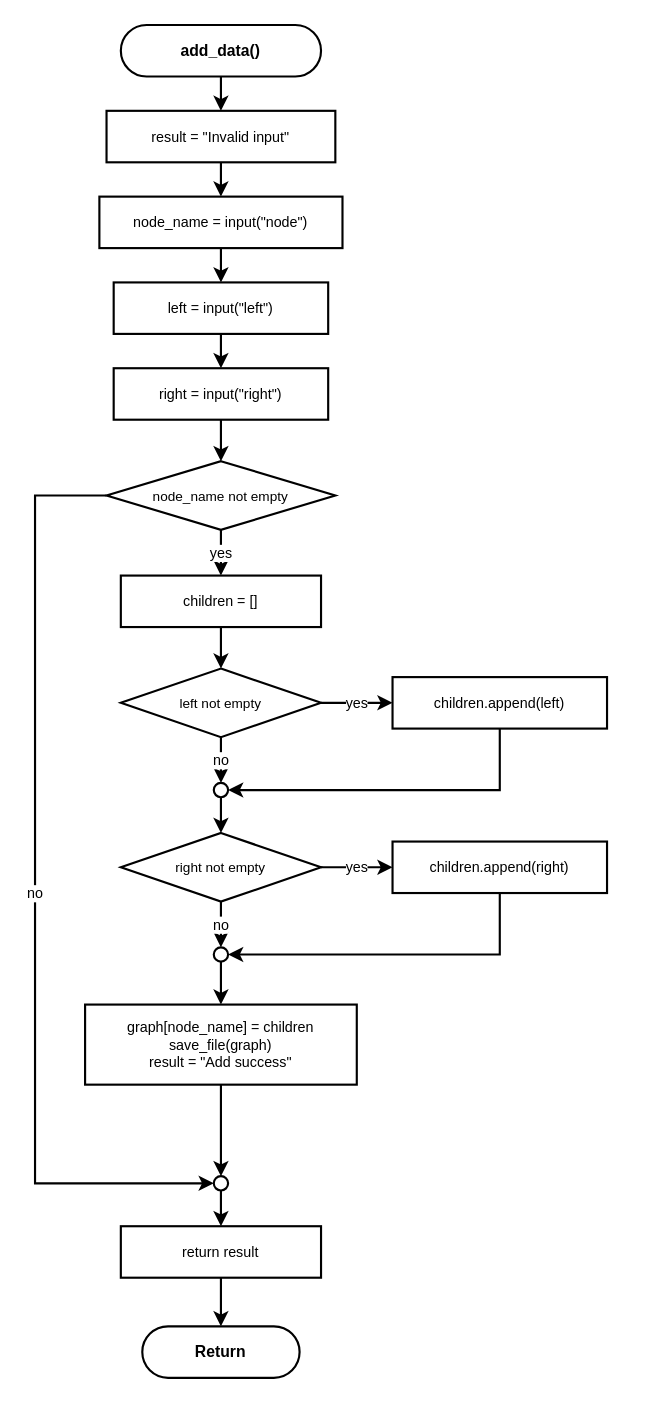
This is program001/flowchart/05_add_data.drawio from kittiphong064008-cyber/AI-Coding, a draw.io file, before an edit. Source tidied: cells renumbered, new cells numbered last; positions are measured from the earlier drawing's top-left corner, leaving out a move shared by most shapes. Both pictures are drawn from the tidied source at 143%, with x=0, y=0 at pixel (34, 24).
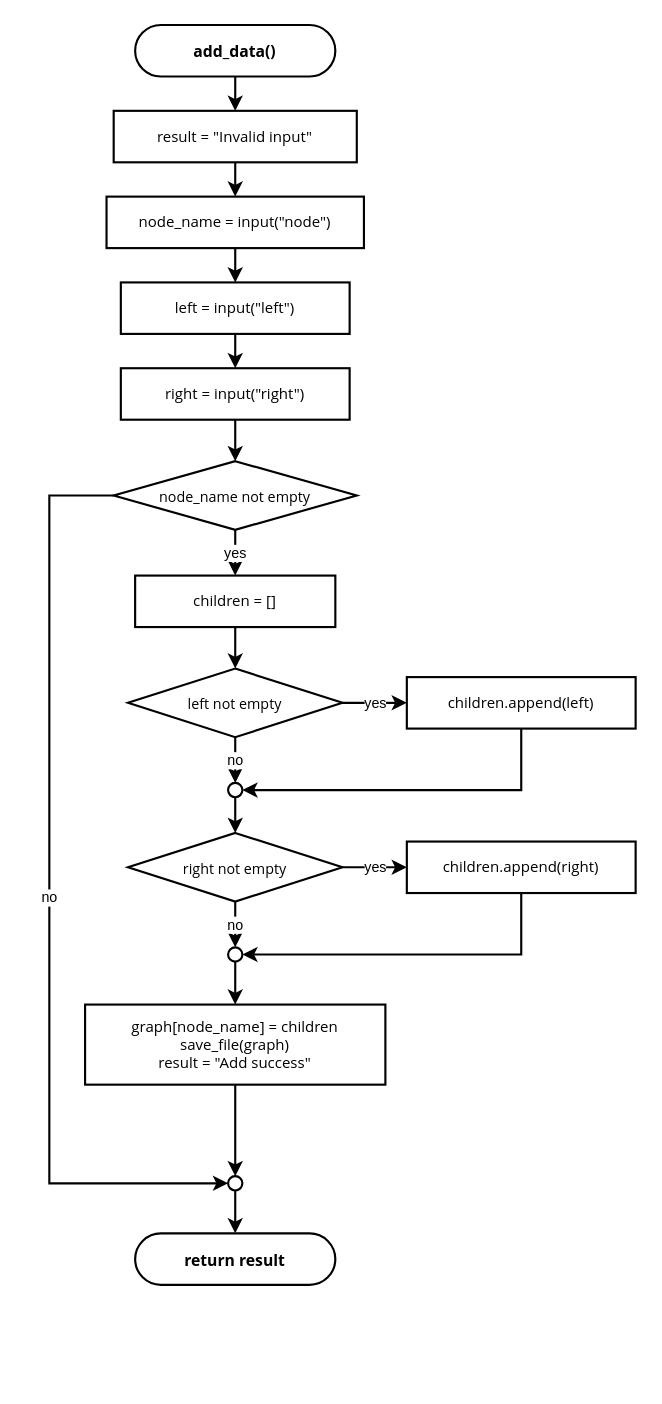
The same diagram, later.

Diff of the diagram source:
```diff
@@
-    <mxCell id="2" value="add_data()" style="rounded=1;whiteSpace=wrap;html=1;arcSize=50;fillColor=#ffffff;strokeColor=#000000;strokeWidth=1.5;fontSize=11;fontFamily=Helvetica;fontStyle=1;" parent="1" vertex="1">
-      <mxGeometry x="60" width="140" height="36" as="geometry" />
+    <mxCell id="2" value="add_data()" style="rounded=1;whiteSpace=wrap;html=1;arcSize=50;fillColor=#ffffff;strokeColor=#000000;strokeWidth=1.5;fontSize=11;fontFamily=Segoe UI;fontStyle=1;" parent="1" vertex="1">
+      <mxGeometry x="70" width="140" height="36" as="geometry" />
     </mxCell>
-    <mxCell id="3" value="result = &quot;Invalid input&quot;" style="rounded=0;whiteSpace=wrap;html=1;fillColor=#ffffff;strokeColor=#000000;strokeWidth=1.5;fontSize=10;fontFamily=Helvetica;" parent="1" vertex="1">
-      <mxGeometry x="50" y="60" width="160" height="36" as="geometry" />
+    <mxCell id="3" value="result = &quot;Invalid input&quot;" style="rounded=0;whiteSpace=wrap;html=1;fillColor=#ffffff;strokeColor=#000000;strokeWidth=1.5;fontSize=10.5;fontFamily=Segoe UI;" parent="1" vertex="1">
+      <mxGeometry x="55" y="60" width="170" height="36" as="geometry" />
     </mxCell>
-    <mxCell id="4" value="node_name = input(&quot;node&quot;)" style="rounded=0;whiteSpace=wrap;html=1;fillColor=#ffffff;strokeColor=#000000;strokeWidth=1.5;fontSize=10;fontFamily=Helvetica;" parent="1" vertex="1">
-      <mxGeometry x="45" y="120" width="170" height="36" as="geometry" />
+    <mxCell id="4" value="node_name = input(&quot;node&quot;)" style="rounded=0;whiteSpace=wrap;html=1;fillColor=#ffffff;strokeColor=#000000;strokeWidth=1.5;fontSize=10.5;fontFamily=Segoe UI;" parent="1" vertex="1">
+      <mxGeometry x="50" y="120" width="180" height="36" as="geometry" />
     </mxCell>
-    <mxCell id="5" value="left = input(&quot;left&quot;)" style="rounded=0;whiteSpace=wrap;html=1;fillColor=#ffffff;strokeColor=#000000;strokeWidth=1.5;fontSize=10;fontFamily=Helvetica;" parent="1" vertex="1">
-      <mxGeometry x="55" y="180" width="150" height="36" as="geometry" />
+    <mxCell id="5" value="left = input(&quot;left&quot;)" style="rounded=0;whiteSpace=wrap;html=1;fillColor=#ffffff;strokeColor=#000000;strokeWidth=1.5;fontSize=10.5;fontFamily=Segoe UI;" parent="1" vertex="1">
+      <mxGeometry x="60" y="180" width="160" height="36" as="geometry" />
     </mxCell>
-    <mxCell id="6" value="right = input(&quot;right&quot;)" style="rounded=0;whiteSpace=wrap;html=1;fillColor=#ffffff;strokeColor=#000000;strokeWidth=1.5;fontSize=10;fontFamily=Helvetica;" parent="1" vertex="1">
-      <mxGeometry x="55" y="240" width="150" height="36" as="geometry" />
+    <mxCell id="6" value="right = input(&quot;right&quot;)" style="rounded=0;whiteSpace=wrap;html=1;fillColor=#ffffff;strokeColor=#000000;strokeWidth=1.5;fontSize=10.5;fontFamily=Segoe UI;" parent="1" vertex="1">
+      <mxGeometry x="60" y="240" width="160" height="36" as="geometry" />
     </mxCell>
-    <mxCell id="7" value="node_name not empty" style="rhombus;whiteSpace=wrap;html=1;fillColor=#ffffff;strokeColor=#000000;strokeWidth=1.5;fontSize=9.5;fontFamily=Helvetica;" parent="1" vertex="1">
-      <mxGeometry x="50" y="305" width="160" height="48" as="geometry" />
+    <mxCell id="7" value="node_name not empty" style="rhombus;whiteSpace=wrap;html=1;fillColor=#ffffff;strokeColor=#000000;strokeWidth=1.5;fontSize=10;fontFamily=Segoe UI;" parent="1" vertex="1">
+      <mxGeometry x="55" y="305" width="170" height="48" as="geometry" />
     </mxCell>
     <mxCell id="8" style="ellipse;whiteSpace=wrap;html=1;fillColor=#ffffff;strokeColor=#000000;strokeWidth=1.5;" parent="1" vertex="1">
-      <mxGeometry x="125" y="805" width="10" height="10" as="geometry" />
+      <mxGeometry x="135" y="805" width="10" height="10" as="geometry" />
     </mxCell>
-    <mxCell id="9" value="children = []" style="rounded=0;whiteSpace=wrap;html=1;fillColor=#ffffff;strokeColor=#000000;strokeWidth=1.5;fontSize=10;fontFamily=Helvetica;" parent="1" vertex="1">
-      <mxGeometry x="60" y="385" width="140" height="36" as="geometry" />
+    <mxCell id="9" value="children = []" style="rounded=0;whiteSpace=wrap;html=1;fillColor=#ffffff;strokeColor=#000000;strokeWidth=1.5;fontSize=10.5;fontFamily=Segoe UI;" parent="1" vertex="1">
+      <mxGeometry x="70" y="385" width="140" height="36" as="geometry" />
     </mxCell>
-    <mxCell id="10" value="left not empty" style="rhombus;whiteSpace=wrap;html=1;fillColor=#ffffff;strokeColor=#000000;strokeWidth=1.5;fontSize=9.5;fontFamily=Helvetica;" parent="1" vertex="1">
-      <mxGeometry x="60" y="450" width="140" height="48" as="geometry" />
+    <mxCell id="10" value="left not empty" style="rhombus;whiteSpace=wrap;html=1;fillColor=#ffffff;strokeColor=#000000;strokeWidth=1.5;fontSize=10;fontFamily=Segoe UI;" parent="1" vertex="1">
+      <mxGeometry x="65" y="450" width="150" height="48" as="geometry" />
     </mxCell>
-    <mxCell id="11" value="children.append(left)" style="rounded=0;whiteSpace=wrap;html=1;fillColor=#ffffff;strokeColor=#000000;strokeWidth=1.5;fontSize=10;fontFamily=Helvetica;" parent="1" vertex="1">
-      <mxGeometry x="250" y="456" width="150" height="36" as="geometry" />
+    <mxCell id="11" value="children.append(left)" style="rounded=0;whiteSpace=wrap;html=1;fillColor=#ffffff;strokeColor=#000000;strokeWidth=1.5;fontSize=10.5;fontFamily=Segoe UI;" parent="1" vertex="1">
+      <mxGeometry x="260" y="456" width="160" height="36" as="geometry" />
     </mxCell>
     <mxCell id="12" style="ellipse;whiteSpace=wrap;html=1;fillColor=#ffffff;strokeColor=#000000;strokeWidth=1.5;" parent="1" vertex="1">
-      <mxGeometry x="125" y="530" width="10" height="10" as="geometry" />
+      <mxGeometry x="135" y="530" width="10" height="10" as="geometry" />
     </mxCell>
-    <mxCell id="13" value="right not empty" style="rhombus;whiteSpace=wrap;html=1;fillColor=#ffffff;strokeColor=#000000;strokeWidth=1.5;fontSize=9.5;fontFamily=Helvetica;" parent="1" vertex="1">
-      <mxGeometry x="60" y="565" width="140" height="48" as="geometry" />
+    <mxCell id="13" value="right not empty" style="rhombus;whiteSpace=wrap;html=1;fillColor=#ffffff;strokeColor=#000000;strokeWidth=1.5;fontSize=10;fontFamily=Segoe UI;" parent="1" vertex="1">
+      <mxGeometry x="65" y="565" width="150" height="48" as="geometry" />
     </mxCell>
-    <mxCell id="14" value="children.append(right)" style="rounded=0;whiteSpace=wrap;html=1;fillColor=#ffffff;strokeColor=#000000;strokeWidth=1.5;fontSize=10;fontFamily=Helvetica;" parent="1" vertex="1">
-      <mxGeometry x="250" y="571" width="150" height="36" as="geometry" />
+    <mxCell id="14" value="children.append(right)" style="rounded=0;whiteSpace=wrap;html=1;fillColor=#ffffff;strokeColor=#000000;strokeWidth=1.5;fontSize=10.5;fontFamily=Segoe UI;" parent="1" vertex="1">
+      <mxGeometry x="260" y="571" width="160" height="36" as="geometry" />
     </mxCell>
     <mxCell id="15" style="ellipse;whiteSpace=wrap;html=1;fillColor=#ffffff;strokeColor=#000000;strokeWidth=1.5;" parent="1" vertex="1">
-      <mxGeometry x="125" y="645" width="10" height="10" as="geometry" />
+      <mxGeometry x="135" y="645" width="10" height="10" as="geometry" />
     </mxCell>
-    <mxCell id="16" value="graph[node_name] = children&#10;save_file(graph)&#10;result = &quot;Add success&quot;" style="rounded=0;whiteSpace=wrap;html=1;fillColor=#ffffff;strokeColor=#000000;strokeWidth=1.5;fontSize=10;fontFamily=Helvetica;" parent="1" vertex="1">
-      <mxGeometry x="35" y="685" width="190" height="56" as="geometry" />
+    <mxCell id="16" value="graph[node_name] = children&#10;save_file(graph)&#10;result = &quot;Add success&quot;" style="rounded=0;whiteSpace=wrap;html=1;fillColor=#ffffff;strokeColor=#000000;strokeWidth=1.5;fontSize=10.5;fontFamily=Segoe UI;" parent="1" vertex="1">
+      <mxGeometry x="35" y="685" width="210" height="56" as="geometry" />
     </mxCell>
-    <mxCell id="17" value="return result" style="rounded=0;whiteSpace=wrap;html=1;fillColor=#ffffff;strokeColor=#000000;strokeWidth=1.5;fontSize=10;fontFamily=Helvetica;" parent="1" vertex="1">
-      <mxGeometry x="60" y="840" width="140" height="36" as="geometry" />
-    </mxCell>
-    <mxCell id="18" value="Return" style="rounded=1;whiteSpace=wrap;html=1;arcSize=50;fillColor=#ffffff;strokeColor=#000000;strokeWidth=1.5;fontSize=11;fontFamily=Helvetica;fontStyle=1;" parent="1" vertex="1">
-      <mxGeometry x="75" y="910" width="110" height="36" as="geometry" />
+    <mxCell id="18" value="return result" style="rounded=1;whiteSpace=wrap;html=1;arcSize=50;fillColor=#ffffff;strokeColor=#000000;strokeWidth=1.5;fontSize=11;fontFamily=Segoe UI;fontStyle=1;" parent="1" vertex="1">
+      <mxGeometry x="70" y="845" width="140" height="36" as="geometry" />
     </mxCell>
@@
     <mxCell id="24" value="no" style="edgeStyle=orthogonalEdgeStyle;rounded=0;jettySize=auto;html=1;strokeWidth=1.5;strokeColor=#000000;fontSize=10;fontColor=#000000;exitX=0;exitY=0.5;exitDx=0;exitDy=0;entryX=0;entryY=0.5;entryDx=0;entryDy=0;" parent="1" edge="1" source="7" target="8">
       <mxGeometry relative="1" as="geometry">
         <Array as="points">
-          <mxPoint y="329" />
-          <mxPoint y="810" />
+          <mxPoint x="10" y="329" />
+          <mxPoint x="10" y="810" />
         </Array>
       </mxGeometry>
     </mxCell>
@@
     <mxCell id="29" style="edgeStyle=orthogonalEdgeStyle;rounded=0;jettySize=auto;html=1;strokeWidth=1.5;strokeColor=#000000;fontSize=10;fontColor=#000000;exitX=0.5;exitY=1;exitDx=0;exitDy=0;entryX=1;entryY=0.5;entryDx=0;entryDy=0;" parent="1" edge="1" source="11" target="12">
       <mxGeometry relative="1" as="geometry">
         <Array as="points">
-          <mxPoint x="325" y="535" />
+          <mxPoint x="340" y="535" />
         </Array>
       </mxGeometry>
     </mxCell>
@@
     <mxCell id="33" style="edgeStyle=orthogonalEdgeStyle;rounded=0;jettySize=auto;html=1;strokeWidth=1.5;strokeColor=#000000;fontSize=10;fontColor=#000000;exitX=0.5;exitY=1;exitDx=0;exitDy=0;entryX=1;entryY=0.5;entryDx=0;entryDy=0;" parent="1" edge="1" source="14" target="15">
       <mxGeometry relative="1" as="geometry">
         <Array as="points">
-          <mxPoint x="325" y="650" />
+          <mxPoint x="340" y="650" />
         </Array>
       </mxGeometry>
     </mxCell>
@@
-    <mxCell id="36" style="edgeStyle=orthogonalEdgeStyle;rounded=0;jettySize=auto;html=1;strokeWidth=1.5;strokeColor=#000000;fontSize=10;fontColor=#000000;" parent="1" edge="1" source="8" target="17">
+    <mxCell id="36" style="edgeStyle=orthogonalEdgeStyle;rounded=0;jettySize=auto;html=1;strokeWidth=1.5;strokeColor=#000000;fontSize=10;fontColor=#000000;" parent="1" edge="1" source="8" target="18">
       <mxGeometry relative="1" as="geometry" />
     </mxCell>
-    <mxCell id="37" style="edgeStyle=orthogonalEdgeStyle;rounded=0;jettySize=auto;html=1;strokeWidth=1.5;strokeColor=#000000;fontSize=10;fontColor=#000000;" parent="1" edge="1" source="17" target="18">
-      <mxGeometry relative="1" as="geometry" />
-    </mxCell>
```
